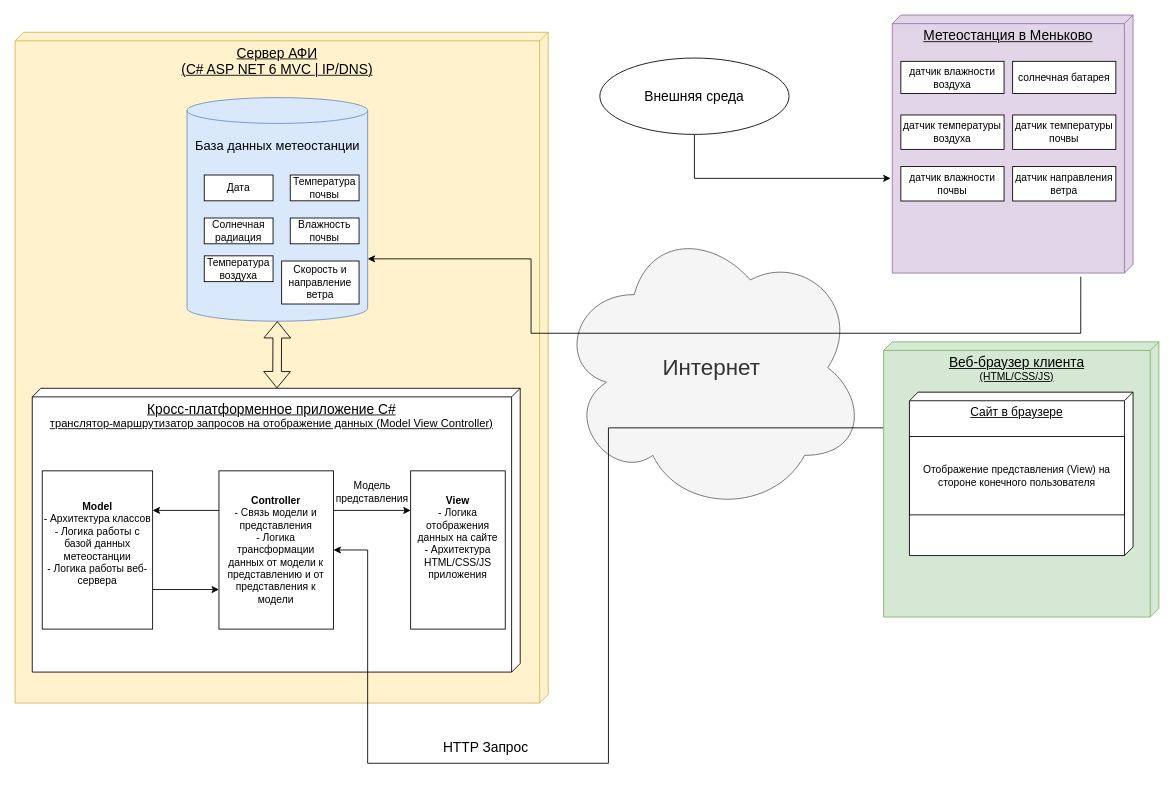
Before: doc/Диаграммы/ari-meteostation-deployDiagram.drawio in kradunches/ari-metiostation, a draw.io diagram. Source tidied: cells renumbered, new cells numbered last; positions are measured from the earlier drawing's top-left corner, leaving out a move shared by most shapes. Both pictures are drawn from the tidied source at 86%, with x=0, y=0 at pixel (15, 15).
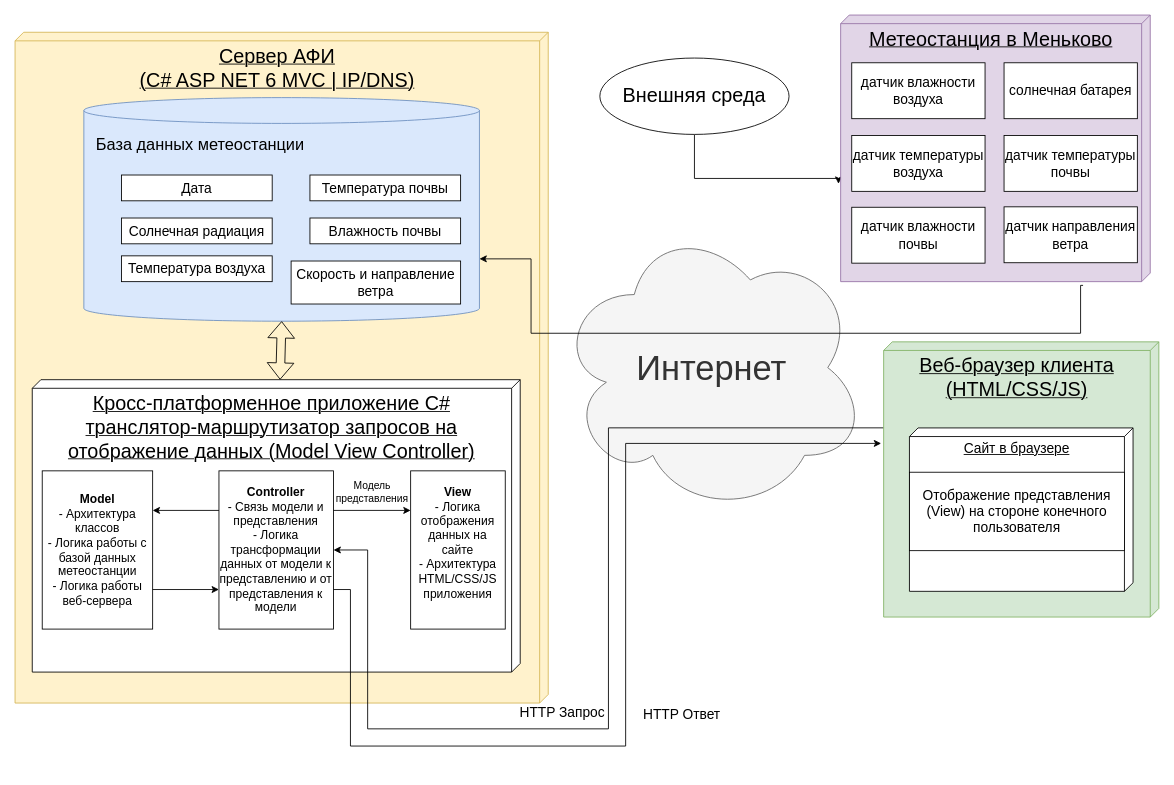
The same diagram, later.

Commit message (it also covers changes not shown here):
deploy diagram fixed

The change refers to these unchanged cells:
```xml
<mxCell id="12" style="group;" parent="1" vertex="1">
  <mxGeometry x="20" y="434" width="660" height="330" as="geometry" />
</mxCell>
<mxCell id="36" style="group;" parent="1" vertex="1">
  <mxGeometry x="1010" y="380" width="320" height="390.2" as="geometry" />
</mxCell>
```

The edit, as a diff of the source:
```diff
@@
-    <mxCell id="2" value="&lt;font style=&quot;font-size: 16px;&quot;&gt;Сервер АФИ&lt;br&gt;(C# ASP NET 6 MVC | IP/DNS)&lt;/font&gt;" style="verticalAlign=top;align=center;spacingTop=8;spacingLeft=2;spacingRight=12;shape=cube;size=10;direction=south;fontStyle=4;html=1;whiteSpace=wrap;fillColor=#fff2cc;strokeColor=#d6b656;" parent="1" vertex="1">
+    <mxCell id="2" value="&lt;font style=&quot;font-size: 23px;&quot;&gt;Сервер АФИ&lt;br&gt;(C# ASP NET 6 MVC | IP/DNS)&lt;/font&gt;" style="verticalAlign=top;align=center;spacingTop=8;spacingLeft=2;spacingRight=12;shape=cube;size=10;direction=south;fontStyle=4;html=1;whiteSpace=wrap;fillColor=#fff2cc;strokeColor=#d6b656;" parent="1" vertex="1">
       <mxGeometry y="20" width="620" height="780" as="geometry" />
     </mxCell>
     <mxCell id="3" style="group;" parent="1" vertex="1">
-      <mxGeometry x="200" y="96" width="210" height="260" as="geometry" />
+      <mxGeometry x="80" y="96" width="460" height="260" as="geometry" />
     </mxCell>
     <mxCell id="4" style="shape=cylinder3;whiteSpace=wrap;html=1;boundedLbl=1;backgroundOutline=1;size=15;fillColor=#dae8fc;strokeColor=#6c8ebf;" parent="3" vertex="1">
-      <mxGeometry width="210" height="260" as="geometry" />
+      <mxGeometry width="460" height="260" as="geometry" />
     </mxCell>
-    <mxCell id="5" value="&lt;font style=&quot;font-size: 15px;&quot;&gt;База данных метеостанции&lt;/font&gt;" style="text;html=1;align=center;verticalAlign=middle;strokeColor=none;fillColor=none;" parent="3" vertex="1">
-      <mxGeometry y="40" width="210" height="30" as="geometry" />
+    <mxCell id="5" value="&lt;font style=&quot;font-size: 19px;&quot;&gt;База данных метеостанции&lt;/font&gt;" style="text;html=1;align=center;verticalAlign=middle;strokeColor=none;fillColor=none;" parent="3" vertex="1">
+      <mxGeometry y="35" width="270" height="40" as="geometry" />
     </mxCell>
-    <mxCell id="6" value="Дата" style="rounded=0;whiteSpace=wrap;html=1;" parent="3" vertex="1">
-      <mxGeometry x="20" y="90" width="80" height="30" as="geometry" />
+    <mxCell id="6" value="&lt;font style=&quot;font-size: 16px;&quot;&gt;Дата&lt;/font&gt;" style="rounded=0;whiteSpace=wrap;html=1;" parent="3" vertex="1">
+      <mxGeometry x="43.8" y="90" width="175.2" height="30" as="geometry" />
     </mxCell>
-    <mxCell id="7" value="Температура почвы" style="rounded=0;whiteSpace=wrap;html=1;" parent="3" vertex="1">
-      <mxGeometry x="120" y="90" width="80" height="30" as="geometry" />
+    <mxCell id="7" value="&lt;font style=&quot;font-size: 16px;&quot;&gt;Температура почвы&lt;/font&gt;" style="rounded=0;whiteSpace=wrap;html=1;" parent="3" vertex="1">
+      <mxGeometry x="262.9" y="90" width="175.2" height="30" as="geometry" />
     </mxCell>
-    <mxCell id="8" value="Солнечная радиация" style="rounded=0;whiteSpace=wrap;html=1;" parent="3" vertex="1">
-      <mxGeometry x="20" y="140" width="80" height="30" as="geometry" />
+    <mxCell id="8" value="&lt;font style=&quot;font-size: 16px;&quot;&gt;Солнечная радиация&lt;/font&gt;" style="rounded=0;whiteSpace=wrap;html=1;" parent="3" vertex="1">
+      <mxGeometry x="43.8" y="140" width="175.2" height="30" as="geometry" />
     </mxCell>
-    <mxCell id="9" value="Влажность почвы" style="rounded=0;whiteSpace=wrap;html=1;" parent="3" vertex="1">
-      <mxGeometry x="120" y="140" width="80" height="30" as="geometry" />
+    <mxCell id="9" value="&lt;font style=&quot;font-size: 16px;&quot;&gt;Влажность почвы&lt;/font&gt;" style="rounded=0;whiteSpace=wrap;html=1;" parent="3" vertex="1">
+      <mxGeometry x="262.9" y="140" width="175.2" height="30" as="geometry" />
     </mxCell>
-    <mxCell id="10" value="Температура воздуха" style="rounded=0;whiteSpace=wrap;html=1;" parent="3" vertex="1">
-      <mxGeometry x="20" y="184" width="80" height="30" as="geometry" />
+    <mxCell id="10" value="&lt;font style=&quot;font-size: 16px;&quot;&gt;Температура воздуха&lt;/font&gt;" style="rounded=0;whiteSpace=wrap;html=1;" parent="3" vertex="1">
+      <mxGeometry x="43.8" y="184" width="175.2" height="30" as="geometry" />
     </mxCell>
-    <mxCell id="11" value="Скорость и направление ветра" style="rounded=0;whiteSpace=wrap;html=1;" parent="3" vertex="1">
-      <mxGeometry x="110" y="190" width="90" height="50" as="geometry" />
+    <mxCell id="11" value="&lt;font style=&quot;font-size: 16px;&quot;&gt;Скорость и направление ветра&lt;/font&gt;" style="rounded=0;whiteSpace=wrap;html=1;" parent="3" vertex="1">
+      <mxGeometry x="241" y="190" width="197.1" height="50" as="geometry" />
     </mxCell>
@@
-    <mxCell id="13" value="&lt;font style=&quot;&quot;&gt;&lt;span style=&quot;font-size: 16px;&quot;&gt;Кросс-платформенное приложение C#&lt;/span&gt;&lt;br&gt;&lt;font style=&quot;font-size: 13px;&quot;&gt;транслятор-маршрутизатор запросов на отображение данных (Model View Controller)&lt;/font&gt;&lt;br&gt;&lt;/font&gt;" style="verticalAlign=top;align=center;spacingTop=8;spacingLeft=2;spacingRight=12;shape=cube;size=10;direction=south;fontStyle=4;html=1;whiteSpace=wrap;" parent="12" vertex="1">
-      <mxGeometry width="567.4" height="330" as="geometry" />
+    <mxCell id="13" value="&lt;font style=&quot;font-size: 23px;&quot;&gt;&lt;span style=&quot;&quot;&gt;Кросс-платформенное приложение C#&lt;/span&gt;&lt;br&gt;&lt;font style=&quot;font-size: 23px;&quot;&gt;транслятор-маршрутизатор запросов на отображение данных (Model View Controller)&lt;/font&gt;&lt;br&gt;&lt;/font&gt;" style="verticalAlign=top;align=center;spacingTop=8;spacingLeft=2;spacingRight=12;shape=cube;size=10;direction=south;fontStyle=4;html=1;whiteSpace=wrap;" parent="12" vertex="1">
+      <mxGeometry y="-10" width="567.4" height="340" as="geometry" />
     </mxCell>
-    <mxCell id="14" value="&lt;b&gt;Model&lt;/b&gt;&lt;br&gt;- Архитектура классов&lt;br&gt;- Логика работы с базой данных метеостанции&lt;br&gt;- Логика работы веб-сервера&lt;br&gt;&lt;br&gt;" style="rounded=0;whiteSpace=wrap;html=1;" parent="12" vertex="1">
+    <mxCell id="14" value="&lt;font style=&quot;font-size: 14px;&quot;&gt;&lt;b&gt;Model&lt;/b&gt;&lt;br&gt;- Архитектура классов&lt;br&gt;- Логика работы с базой данных метеостанции&lt;br&gt;- Логика работы веб-сервера&lt;br&gt;&lt;/font&gt;" style="rounded=0;whiteSpace=wrap;html=1;" parent="12" vertex="1">
       <mxGeometry x="11.6" y="96" width="128.4" height="184" as="geometry" />
     </mxCell>
-    <mxCell id="15" value="&lt;b&gt;Controller&lt;/b&gt;&lt;br&gt;- Связь модели и представления&lt;br&gt;- Логика трансформации данных от модели к представлению и от представления к модели" style="rounded=0;whiteSpace=wrap;html=1;" parent="12" vertex="1">
+    <mxCell id="15" value="&lt;font style=&quot;font-size: 14px;&quot;&gt;&lt;b&gt;Controller&lt;/b&gt;&lt;br&gt;- Связь модели и представления&lt;br&gt;- Логика трансформации данных от модели к представлению и от представления к модели&lt;/font&gt;" style="rounded=0;whiteSpace=wrap;html=1;" parent="12" vertex="1">
       <mxGeometry x="217.1" y="96" width="133.2" height="184" as="geometry" />
     </mxCell>
@@
-    <mxCell id="18" value="&lt;b&gt;View&lt;br&gt;&lt;/b&gt;- Логика отображения данных на сайте&lt;br&gt;- Архитектура HTML/CSS/JS приложения&lt;br&gt;&lt;br&gt;&lt;br&gt;" style="rounded=0;whiteSpace=wrap;html=1;" parent="12" vertex="1">
+    <mxCell id="18" value="&lt;font style=&quot;font-size: 14px;&quot;&gt;&lt;b&gt;View&lt;br&gt;&lt;/b&gt;- Логика отображения данных на сайте&lt;br&gt;- Архитектура HTML/CSS/JS приложения&lt;br&gt;&lt;br&gt;&lt;/font&gt;" style="rounded=0;whiteSpace=wrap;html=1;" parent="12" vertex="1">
       <mxGeometry x="440" y="96" width="110" height="184" as="geometry" />
     </mxCell>
@@
-    <mxCell id="20" value="Модель&lt;br&gt;представления" style="text;html=1;align=center;verticalAlign=middle;strokeColor=none;fillColor=none;" parent="12" vertex="1">
+    <mxCell id="20" value="&lt;font style=&quot;font-size: 12px;&quot;&gt;Модель&lt;br&gt;представления&lt;/font&gt;" style="text;html=1;align=center;verticalAlign=middle;strokeColor=none;fillColor=none;" parent="12" vertex="1">
       <mxGeometry x="340" y="101" width="110" height="40" as="geometry" />
     </mxCell>
@@
-    <mxCell id="22" value="&lt;font style=&quot;font-size: 26px;&quot;&gt;Интернет&lt;/font&gt;" style="ellipse;shape=cloud;whiteSpace=wrap;html=1;fillColor=#f5f5f5;fontColor=#333333;strokeColor=#666666;" parent="1" vertex="1">
+    <mxCell id="22" value="&lt;font style=&quot;font-size: 40px;&quot;&gt;Интернет&lt;/font&gt;" style="ellipse;shape=cloud;whiteSpace=wrap;html=1;fillColor=#f5f5f5;fontColor=#333333;strokeColor=#666666;" parent="1" vertex="1">
       <mxGeometry x="630" y="240" width="360" height="340" as="geometry" />
     </mxCell>
@@
-    <mxCell id="24" value="&lt;font style=&quot;font-size: 16px;&quot;&gt;Внешняя среда&lt;/font&gt;" style="ellipse;whiteSpace=wrap;html=1;" parent="1" vertex="1">
+    <mxCell id="24" value="&lt;font style=&quot;font-size: 23px;&quot;&gt;Внешняя среда&lt;/font&gt;" style="ellipse;whiteSpace=wrap;html=1;fontSize=22;" parent="1" vertex="1">
       <mxGeometry x="680" y="50" width="220" height="88.8" as="geometry" />
     </mxCell>
     <mxCell id="25" style="group;" parent="1" vertex="1">
-      <mxGeometry x="1020" width="280" height="300" as="geometry" />
+      <mxGeometry x="960" width="360" height="310" as="geometry" />
     </mxCell>
-    <mxCell id="26" value="&lt;font style=&quot;font-size: 16px;&quot;&gt;Метеостанция в Меньково&lt;/font&gt;" style="verticalAlign=top;align=center;spacingTop=8;spacingLeft=2;spacingRight=12;shape=cube;size=10;direction=south;fontStyle=4;html=1;whiteSpace=wrap;fillColor=#e1d5e7;strokeColor=#9673a6;" parent="25" vertex="1">
-      <mxGeometry width="280" height="300" as="geometry" />
+    <mxCell id="26" value="&lt;font style=&quot;font-size: 23px;&quot;&gt;Метеостанция в Меньково&lt;/font&gt;" style="verticalAlign=top;align=center;spacingTop=8;spacingLeft=2;spacingRight=12;shape=cube;size=10;direction=south;fontStyle=4;html=1;whiteSpace=wrap;fillColor=#e1d5e7;strokeColor=#9673a6;" parent="25" vertex="1">
+      <mxGeometry width="360" height="310" as="geometry" />
     </mxCell>
-    <mxCell id="27" value="датчик влажности воздуха" style="whiteSpace=wrap;html=1;" parent="25" vertex="1">
-      <mxGeometry x="10" y="53.8" width="120" height="37.5" as="geometry" />
+    <mxCell id="27" value="&lt;font style=&quot;font-size: 16px;&quot;&gt;датчик влажности воздуха&lt;/font&gt;" style="whiteSpace=wrap;html=1;" parent="25" vertex="1">
+      <mxGeometry x="12.9" y="55.5" width="155" height="65" as="geometry" />
     </mxCell>
-    <mxCell id="28" value="датчик температуры почвы" style="whiteSpace=wrap;html=1;" parent="25" vertex="1">
-      <mxGeometry x="140" y="116.2" width="120" height="40" as="geometry" />
+    <mxCell id="28" value="&lt;font style=&quot;font-size: 16px;&quot;&gt;датчик температуры почвы&lt;/font&gt;" style="whiteSpace=wrap;html=1;" parent="25" vertex="1">
+      <mxGeometry x="190" y="140" width="155" height="65" as="geometry" />
     </mxCell>
-    <mxCell id="29" value="датчик температуры воздуха" style="whiteSpace=wrap;html=1;" parent="25" vertex="1">
-      <mxGeometry x="10" y="116.2" width="120" height="40" as="geometry" />
+    <mxCell id="29" value="&lt;font style=&quot;font-size: 16px;&quot;&gt;датчик температуры воздуха&lt;/font&gt;" style="whiteSpace=wrap;html=1;" parent="25" vertex="1">
+      <mxGeometry x="12.9" y="140" width="155" height="65" as="geometry" />
     </mxCell>
-    <mxCell id="30" value="солнечная батарея" style="whiteSpace=wrap;html=1;" parent="25" vertex="1">
-      <mxGeometry x="140" y="53.8" width="120" height="37.5" as="geometry" />
+    <mxCell id="30" value="&lt;font style=&quot;font-size: 16px;&quot;&gt;солнечная батарея&lt;/font&gt;" style="whiteSpace=wrap;html=1;" parent="25" vertex="1">
+      <mxGeometry x="190" y="55.5" width="155" height="65" as="geometry" />
     </mxCell>
-    <mxCell id="31" value="датчик влажности почвы" style="whiteSpace=wrap;html=1;" parent="25" vertex="1">
-      <mxGeometry x="10" y="176.2" width="120" height="40" as="geometry" />
+    <mxCell id="31" value="&lt;font style=&quot;font-size: 16px;&quot;&gt;датчик влажности почвы&lt;/font&gt;" style="whiteSpace=wrap;html=1;" parent="25" vertex="1">
+      <mxGeometry x="12.9" y="223.5" width="155" height="65" as="geometry" />
     </mxCell>
-    <mxCell id="32" value="датчик направления ветра" style="whiteSpace=wrap;html=1;" parent="25" vertex="1">
-      <mxGeometry x="140" y="176.2" width="120" height="40" as="geometry" />
+    <mxCell id="32" value="&lt;font style=&quot;font-size: 16px;&quot;&gt;датчик направления ветра&lt;/font&gt;" style="whiteSpace=wrap;html=1;" parent="25" vertex="1">
+      <mxGeometry x="190" y="223" width="155" height="65" as="geometry" />
     </mxCell>
@@
     <mxCell id="34" style="edgeStyle=orthogonalEdgeStyle;rounded=0;jettySize=auto;html=1;entryX=1;entryY=0.5;entryDx=0;entryDy=0;" parent="1" edge="1" source="37" target="15">
       <mxGeometry relative="1" as="geometry">
         <Array as="points">
           <mxPoint x="690" y="480" />
-          <mxPoint x="690" y="870" />
-          <mxPoint x="410" y="870" />
+          <mxPoint x="690" y="830" />
+          <mxPoint x="410" y="830" />
           <mxPoint x="410" y="622" />
         </Array>
       </mxGeometry>
     </mxCell>
-    <mxCell id="35" value="HTTP Запрос" style="edgeLabel;html=1;align=center;verticalAlign=middle;fontSize=16;" parent="34" vertex="1">
+    <mxCell id="35" value="&lt;font style=&quot;font-size: 16px;&quot;&gt;HTTP Запрос&lt;/font&gt;" style="edgeLabel;html=1;align=center;verticalAlign=middle;fontSize=16;" parent="34" vertex="1">
       <mxGeometry x="0.37" y="-8" relative="1" as="geometry">
-        <mxPoint x="21" y="-12" as="offset" />
+        <mxPoint x="95" y="-12" as="offset" />
       </mxGeometry>
     </mxCell>
@@
-    <mxCell id="37" value="&lt;span style=&quot;font-size: 16px;&quot;&gt;Веб-браузер клиента&lt;br&gt;&lt;/span&gt;(HTML/CSS/JS)" style="verticalAlign=top;align=center;spacingTop=8;spacingLeft=2;spacingRight=12;shape=cube;size=10;direction=south;fontStyle=4;html=1;whiteSpace=wrap;fillColor=#d5e8d4;strokeColor=#82b366;" parent="36" vertex="1">
+    <mxCell id="37" value="&lt;font style=&quot;font-size: 23px;&quot;&gt;Веб-браузер клиента&lt;br&gt;(HTML/CSS/JS)&lt;/font&gt;" style="verticalAlign=top;align=center;spacingTop=8;spacingLeft=2;spacingRight=12;shape=cube;size=10;direction=south;fontStyle=4;html=1;whiteSpace=wrap;fillColor=#d5e8d4;strokeColor=#82b366;" parent="36" vertex="1">
       <mxGeometry width="320" height="320" as="geometry" />
     </mxCell>
-    <mxCell id="38" style="group;" parent="36" vertex="1">
-      <mxGeometry x="30" y="58.5" width="260" height="331.7" as="geometry" />
-    </mxCell>
-    <mxCell id="39" value="Сайт в браузере" style="verticalAlign=top;align=center;spacingTop=8;spacingLeft=2;spacingRight=12;shape=cube;size=10;direction=south;fontStyle=4;html=1;whiteSpace=wrap;fontSize=14;" parent="38" vertex="1">
-      <mxGeometry width="260" height="190" as="geometry" />
+    <mxCell id="39" value="&lt;font style=&quot;font-size: 16px;&quot;&gt;Сайт в браузере&lt;/font&gt;" style="verticalAlign=top;align=center;spacingTop=8;spacingLeft=2;spacingRight=12;shape=cube;size=10;direction=south;fontStyle=4;html=1;whiteSpace=wrap;fontSize=14;" parent="36" vertex="1">
+      <mxGeometry x="30" y="100.1" width="260" height="190" as="geometry" />
     </mxCell>
-    <mxCell id="40" value="Отображение представления (View) на стороне конечного пользователя" style="rounded=0;whiteSpace=wrap;html=1;" parent="38" vertex="1">
-      <mxGeometry y="51.5" width="250" height="91.2" as="geometry" />
+    <mxCell id="40" value="&lt;font style=&quot;font-size: 16px;&quot;&gt;Отображение представления (View) на стороне конечного пользователя&lt;/font&gt;" style="rounded=0;whiteSpace=wrap;html=1;" parent="36" vertex="1">
+      <mxGeometry x="30" y="151.6" width="250" height="91.2" as="geometry" />
     </mxCell>
+    <mxCell id="41" style="edgeStyle=orthogonalEdgeStyle;rounded=0;jettySize=auto;html=1;exitX=1;exitY=0.75;exitDx=0;exitDy=0;entryX=0.369;entryY=1.009;entryDx=0;entryDy=0;entryPerimeter=0;" parent="1" edge="1" source="15" target="37">
+      <mxGeometry relative="1" as="geometry">
+        <Array as="points">
+          <mxPoint x="390" y="668" />
+          <mxPoint x="390" y="850" />
+          <mxPoint x="710" y="850" />
+          <mxPoint x="710" y="498" />
+        </Array>
+      </mxGeometry>
+    </mxCell>
+    <mxCell id="42" value="&lt;font style=&quot;font-size: 16px;&quot;&gt;HTTP Ответ&lt;/font&gt;" style="text;html=1;align=center;verticalAlign=middle;strokeColor=none;fillColor=none;" parent="1" vertex="1">
+      <mxGeometry x="720" y="798" width="110" height="30" as="geometry" />
+    </mxCell>
```
